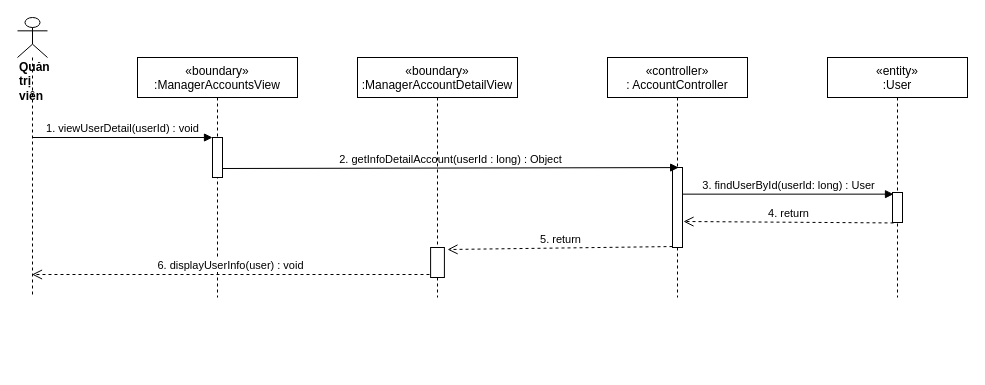
The draw.io diagram sequence diagram/view-UserDetail-Info-.drawio in nguyenphamvan/datn_20202, before the edit. Source tidied: cells renumbered, new cells numbered last; positions are measured from the earlier drawing's top-left corner, leaving out a move shared by most shapes. Both pictures are drawn from the tidied source at 100%, with x=0, y=0 at pixel (17, 17).
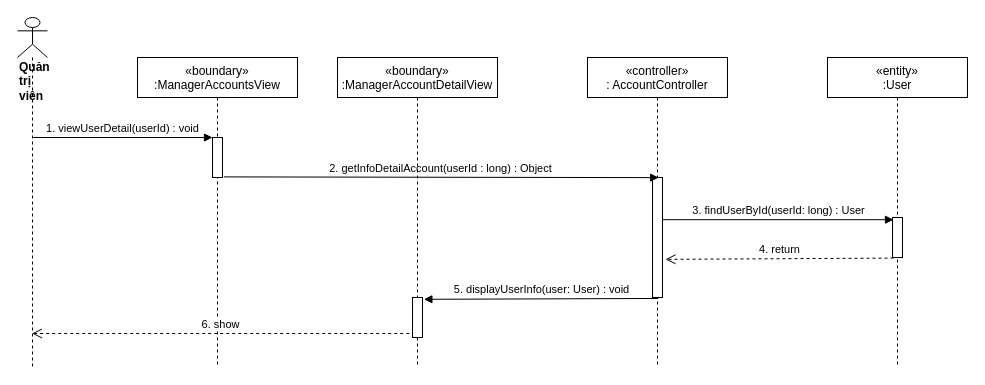
After the change.

Diff of the diagram source:
```diff
@@
 <mxGraphModel>
   <root>
     <mxCell id="0" />
     <mxCell id="1" parent="0" />
     <mxCell id="2" value="«controller»&#10;: AccountController" style="shape=umlLifeline;perimeter=lifelinePerimeter;rounded=0;shadow=0;strokeWidth=1;" parent="1" vertex="1">
-      <mxGeometry x="590" y="40" width="140" height="240" as="geometry" />
+      <mxGeometry x="570" y="40" width="140" height="310" as="geometry" />
     </mxCell>
     <mxCell id="3" style="points=[];perimeter=orthogonalPerimeter;rounded=0;shadow=0;strokeWidth=1;" parent="2" vertex="1">
-      <mxGeometry x="65" y="110" width="10" height="80" as="geometry" />
+      <mxGeometry x="65" y="120" width="10" height="120" as="geometry" />
     </mxCell>
     <mxCell id="4" value="&lt;div&gt;&lt;b&gt;Quản trị viên&lt;/b&gt;&lt;/div&gt;" style="shape=umlLifeline;participant=umlActor;perimeter=lifelinePerimeter;whiteSpace=wrap;html=1;verticalAlign=top;spacingTop=36;outlineConnect=0;align=left;size=40;" parent="1" vertex="1">
-      <mxGeometry width="30" height="280" as="geometry" />
+      <mxGeometry width="30" height="350" as="geometry" />
     </mxCell>
-    <mxCell id="5" value="2. getInfoDetailAccount(userId : long) : Object" style="html=1;verticalAlign=bottom;endArrow=block;entryX=0.617;entryY=0.001;entryDx=0;entryDy=0;entryPerimeter=0;exitX=1;exitY=0.775;exitDx=0;exitDy=0;exitPerimeter=0;" parent="1" edge="1" source="14" target="3">
+    <mxCell id="5" value="2. getInfoDetailAccount(userId : long) : Object" style="html=1;verticalAlign=bottom;endArrow=block;entryX=0.617;entryY=0.001;entryDx=0;entryDy=0;entryPerimeter=0;exitX=1.14;exitY=0.985;exitDx=0;exitDy=0;exitPerimeter=0;" parent="1" edge="1" source="14" target="3">
       <mxGeometry relative="1" as="geometry" />
     </mxCell>
     <mxCell id="6" value="«entity»&#10;:User" style="shape=umlLifeline;perimeter=lifelinePerimeter;rounded=0;shadow=0;strokeWidth=1;" parent="1" vertex="1">
-      <mxGeometry x="810" y="40" width="140" height="240" as="geometry" />
+      <mxGeometry x="810" y="40" width="140" height="310" as="geometry" />
     </mxCell>
     <mxCell id="7" style="points=[];perimeter=orthogonalPerimeter;rounded=0;shadow=0;strokeWidth=1;" parent="6" vertex="1">
-      <mxGeometry x="65" y="135" width="10" height="30" as="geometry" />
+      <mxGeometry x="65" y="160" width="10" height="40" as="geometry" />
     </mxCell>
     <mxCell id="8" value="3. findUserById(userId: long) : User" style="html=1;verticalAlign=bottom;endArrow=block;entryX=0.1;entryY=0.055;entryDx=0;entryDy=0;entryPerimeter=0;" parent="1" edge="1" source="3" target="7">
       <mxGeometry relative="1" as="geometry" />
     </mxCell>
-    <mxCell id="9" value="4. return" style="html=1;verticalAlign=bottom;endArrow=open;dashed=1;endSize=8;exitX=0.1;exitY=1.015;exitDx=0;exitDy=0;exitPerimeter=0;entryX=1.1;entryY=0.675;entryDx=0;entryDy=0;entryPerimeter=0;" parent="1" edge="1" source="7" target="3">
+    <mxCell id="9" value="4. return" style="html=1;verticalAlign=bottom;endArrow=open;dashed=1;endSize=8;exitX=0.1;exitY=1.015;exitDx=0;exitDy=0;exitPerimeter=0;entryX=1.3;entryY=0.682;entryDx=0;entryDy=0;entryPerimeter=0;" parent="1" edge="1" source="7" target="3">
       <mxGeometry relative="1" as="geometry" />
     </mxCell>
     <mxCell id="10" value="«boundary»&#10;:ManagerAccountDetailView" style="shape=umlLifeline;perimeter=lifelinePerimeter;rounded=0;shadow=0;strokeWidth=1;" parent="1" vertex="1">
-      <mxGeometry x="340" y="40" width="160" height="240" as="geometry" />
+      <mxGeometry x="320" y="40" width="160" height="310" as="geometry" />
     </mxCell>
-    <mxCell id="11" style="html=1;points=[];perimeter=orthogonalPerimeter;" parent="10" vertex="1">
-      <mxGeometry x="73.1" y="190" width="13.8" height="30" as="geometry" />
-    </mxCell>
     <mxCell id="12" value="1. viewUserDetail(userId) : void" style="html=1;verticalAlign=bottom;endArrow=block;entryX=0;entryY=0;entryDx=0;entryDy=0;entryPerimeter=0;" parent="1" edge="1" source="4" target="14">
       <mxGeometry relative="1" as="geometry" />
     </mxCell>
     <mxCell id="13" value="«boundary»&#10;:ManagerAccountsView" style="shape=umlLifeline;perimeter=lifelinePerimeter;rounded=0;shadow=0;strokeWidth=1;" parent="1" vertex="1">
-      <mxGeometry x="120" y="40" width="160" height="240" as="geometry" />
+      <mxGeometry x="120" y="40" width="160" height="310" as="geometry" />
     </mxCell>
     <mxCell id="14" style="points=[];perimeter=orthogonalPerimeter;rounded=0;shadow=0;strokeWidth=1;" parent="13" vertex="1">
       <mxGeometry x="75" y="80" width="10" height="40" as="geometry" />
     </mxCell>
-    <mxCell id="15" value="5. return" style="html=1;verticalAlign=bottom;endArrow=open;dashed=1;endSize=8;exitX=0;exitY=0.988;exitDx=0;exitDy=0;exitPerimeter=0;entryX=1.227;entryY=0.067;entryDx=0;entryDy=0;entryPerimeter=0;" parent="1" edge="1" source="3" target="11">
-      <mxGeometry relative="1" as="geometry" />
-    </mxCell>
-    <mxCell id="16" value="&lt;span style=&quot;color: rgb(0 , 0 , 0) ; font-family: &amp;#34;helvetica&amp;#34; ; font-size: 11px ; font-style: normal ; font-weight: 400 ; letter-spacing: normal ; text-align: center ; text-indent: 0px ; text-transform: none ; word-spacing: 0px ; background-color: rgb(255 , 255 , 255) ; display: inline ; float: none&quot;&gt;6. displayUserInfo(user) : void&lt;/span&gt;" style="html=1;verticalAlign=bottom;endArrow=open;dashed=1;endSize=8;exitX=-0.082;exitY=0.9;exitDx=0;exitDy=0;exitPerimeter=0;" parent="1" edge="1" source="11" target="4">
-      <mxGeometry relative="1" as="geometry" />
+    <mxCell id="16" value="&lt;font face=&quot;helvetica&quot;&gt;6. show&lt;/font&gt;" style="html=1;verticalAlign=bottom;endArrow=open;dashed=1;endSize=8;exitX=-0.082;exitY=0.9;exitDx=0;exitDy=0;exitPerimeter=0;" parent="1" edge="1" target="4">
+      <mxGeometry relative="1" as="geometry">
+        <mxPoint x="391.7" y="316" as="sourcePoint" />
+      </mxGeometry>
     </mxCell>
+    <mxCell id="17" value="&lt;span style=&quot;font-family: &amp;#34;helvetica&amp;#34;&quot;&gt;5. displayUserInfo(user: User) : void&lt;/span&gt;" style="html=1;verticalAlign=bottom;endArrow=block;exitX=0.58;exitY=1.008;exitDx=0;exitDy=0;exitPerimeter=0;entryX=1.14;entryY=0.045;entryDx=0;entryDy=0;entryPerimeter=0;" parent="1" edge="1" source="3" target="18">
+      <mxGeometry relative="1" as="geometry" />
+    </mxCell>
+    <mxCell id="18" style="html=1;points=[];perimeter=orthogonalPerimeter;" parent="1" vertex="1">
+      <mxGeometry x="395" y="280" width="10" height="40" as="geometry" />
+    </mxCell>
   </root>
 </mxGraphModel>
```
